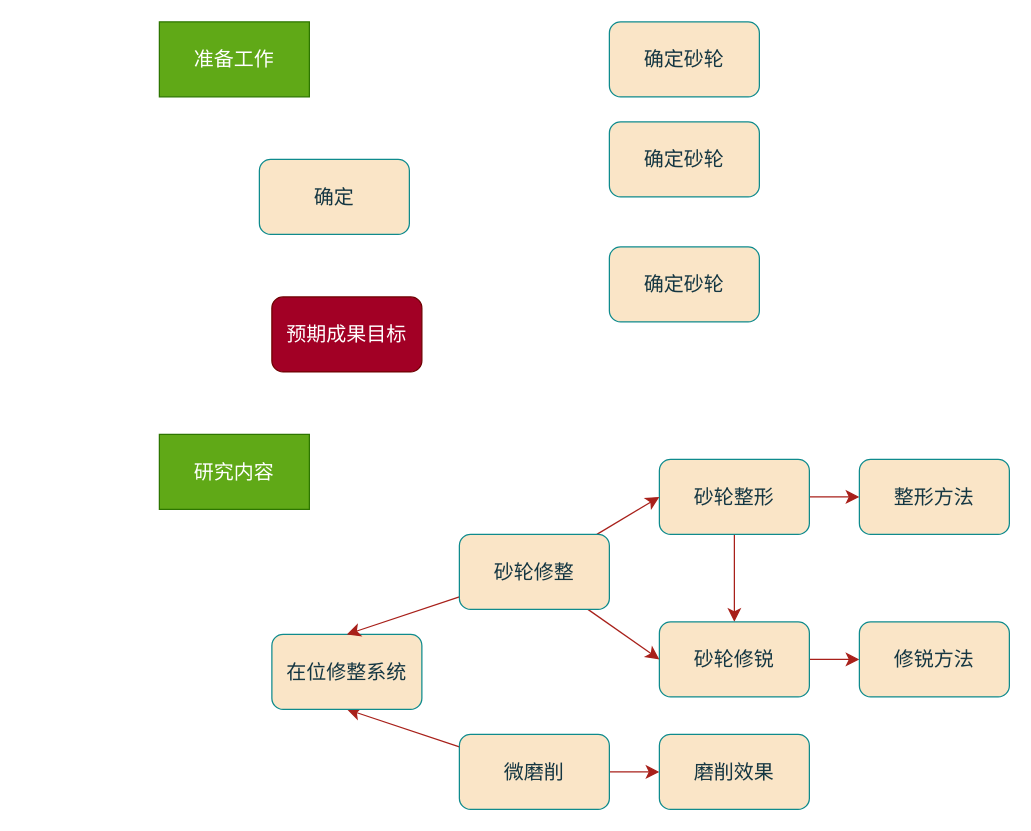
The draw.io diagram MLA磨削.drawio in LennyJove/Picture, before the edit. Source tidied: cells renumbered, new cells numbered last; positions are measured from the earlier drawing's top-left corner, leaving out a move shared by most shapes. Both pictures are drawn from the tidied source at 125%, with x=0, y=0 at pixel (159, 21).
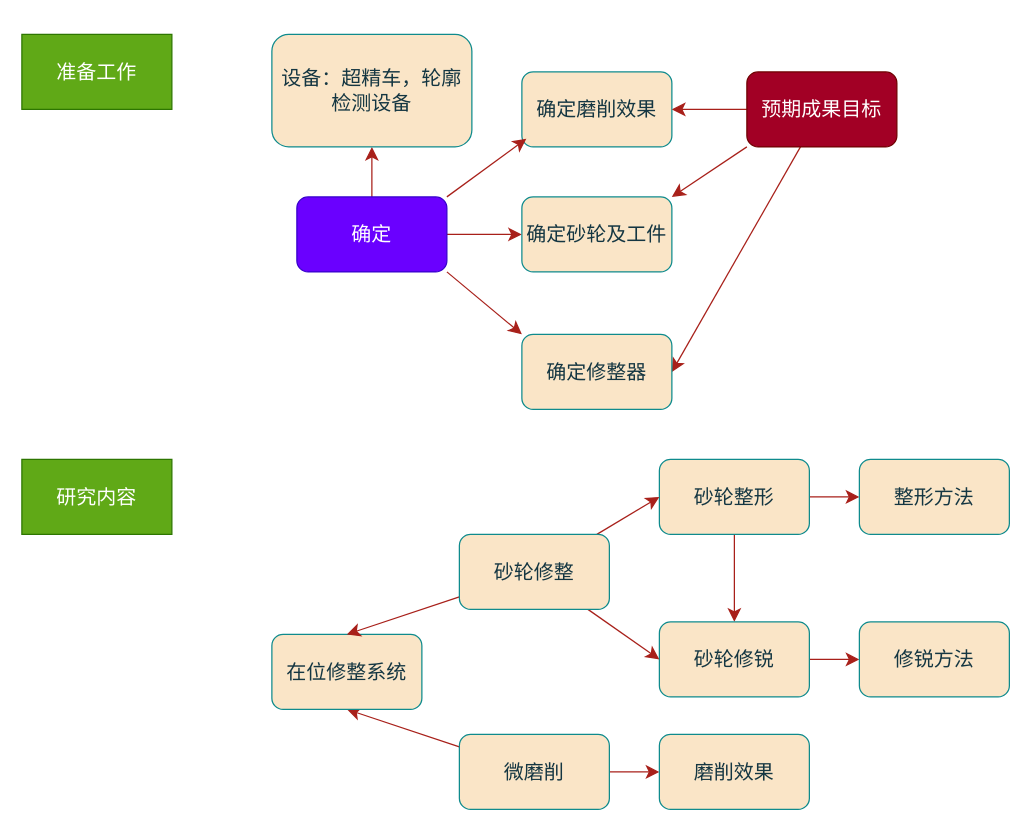
The same diagram, later.

Change to the diagram source:
```diff
@@
-    <mxCell id="10" value="&lt;font style=&quot;font-size: 16px;&quot;&gt;确定砂轮&lt;/font&gt;" style="whiteSpace=wrap;html=1;fillColor=#FAE5C7;strokeColor=#0F8B8D;fontColor=#143642;rounded=1;labelBackgroundColor=none;" parent="1" vertex="1">
-      <mxGeometry x="360" width="120" height="60" as="geometry" />
+    <mxCell id="10" value="&lt;font style=&quot;font-size: 16px;&quot;&gt;确定磨削效果&lt;/font&gt;" style="whiteSpace=wrap;html=1;fillColor=#FAE5C7;strokeColor=#0F8B8D;fontColor=#143642;rounded=1;labelBackgroundColor=none;" parent="1" vertex="1">
+      <mxGeometry x="290" y="40" width="120" height="60" as="geometry" />
     </mxCell>
@@
     <mxCell id="12" value="&lt;font style=&quot;font-size: 16px;&quot;&gt;准备工作&lt;/font&gt;" style="rounded=0;whiteSpace=wrap;html=1;strokeColor=#2D7600;fontColor=#ffffff;fillColor=#60a917;" parent="1" vertex="1">
-      <mxGeometry width="120" height="60" as="geometry" />
+      <mxGeometry x="-110" y="10" width="120" height="60" as="geometry" />
     </mxCell>
+    <mxCell id="25" style="edgeStyle=none;curved=1;rounded=0;jettySize=auto;html=1;entryX=0;entryY=0.5;entryDx=0;entryDy=0;strokeColor=#A8201A;fontFamily=Helvetica;fontSize=12;fontColor=#143642;labelBackgroundColor=none;startSize=8;endSize=8;fillColor=#FAE5C7;" parent="1" edge="1" source="13" target="23">
+      <mxGeometry relative="1" as="geometry" />
+    </mxCell>
+    <mxCell id="26" style="edgeStyle=none;curved=1;rounded=0;jettySize=auto;html=1;exitX=1;exitY=1;exitDx=0;exitDy=0;entryX=0;entryY=0;entryDx=0;entryDy=0;strokeColor=#A8201A;fontFamily=Helvetica;fontSize=12;fontColor=#143642;labelBackgroundColor=none;startSize=8;endSize=8;fillColor=#FAE5C7;" parent="1" edge="1" source="13" target="24">
+      <mxGeometry relative="1" as="geometry" />
+    </mxCell>
+    <mxCell id="27" style="edgeStyle=none;curved=1;rounded=0;jettySize=auto;html=1;entryX=0.5;entryY=1;entryDx=0;entryDy=0;strokeColor=#A8201A;fontFamily=Helvetica;fontSize=12;fontColor=#143642;labelBackgroundColor=none;startSize=8;endSize=8;fillColor=#FAE5C7;" parent="1" edge="1" source="13" target="31">
+      <mxGeometry relative="1" as="geometry" />
+    </mxCell>
-    <mxCell id="13" value="&lt;font style=&quot;font-size: 16px;&quot;&gt;确定&lt;/font&gt;" style="whiteSpace=wrap;html=1;fillColor=#FAE5C7;strokeColor=#0F8B8D;fontColor=#143642;rounded=1;labelBackgroundColor=none;" parent="1" vertex="1">
-      <mxGeometry x="80" y="110" width="120" height="60" as="geometry" />
+    <mxCell id="13" value="&lt;font style=&quot;font-size: 16px;&quot;&gt;确定&lt;/font&gt;" style="whiteSpace=wrap;html=1;fillColor=#6a00ff;strokeColor=#3700CC;fontColor=#ffffff;rounded=1;labelBackgroundColor=none;" parent="1" vertex="1">
+      <mxGeometry x="110" y="140" width="120" height="60" as="geometry" />
     </mxCell>
+    <mxCell id="28" style="edgeStyle=none;curved=1;rounded=0;jettySize=auto;html=1;entryX=1;entryY=0.5;entryDx=0;entryDy=0;strokeColor=#A8201A;fontFamily=Helvetica;fontSize=12;fontColor=#143642;labelBackgroundColor=none;startSize=8;endSize=8;fillColor=#FAE5C7;" parent="1" edge="1" source="14" target="10">
+      <mxGeometry relative="1" as="geometry" />
+    </mxCell>
+    <mxCell id="29" style="edgeStyle=none;curved=1;rounded=0;jettySize=auto;html=1;exitX=0;exitY=1;exitDx=0;exitDy=0;entryX=1;entryY=0;entryDx=0;entryDy=0;strokeColor=#A8201A;fontFamily=Helvetica;fontSize=12;fontColor=#143642;labelBackgroundColor=none;startSize=8;endSize=8;fillColor=#FAE5C7;" parent="1" edge="1" source="14" target="23">
+      <mxGeometry relative="1" as="geometry" />
+    </mxCell>
+    <mxCell id="30" style="edgeStyle=none;curved=1;rounded=0;jettySize=auto;html=1;entryX=1;entryY=0.5;entryDx=0;entryDy=0;strokeColor=#A8201A;fontFamily=Helvetica;fontSize=12;fontColor=#143642;labelBackgroundColor=none;startSize=8;endSize=8;fillColor=#FAE5C7;" parent="1" edge="1" source="14" target="24">
+      <mxGeometry relative="1" as="geometry" />
+    </mxCell>
     <mxCell id="14" value="&lt;font style=&quot;font-size: 16px;&quot;&gt;预期成果目标&lt;/font&gt;" style="whiteSpace=wrap;html=1;fillColor=#a20025;strokeColor=#6F0000;fontColor=#ffffff;rounded=1;labelBackgroundColor=none;" parent="1" vertex="1">
-      <mxGeometry x="90" y="220" width="120" height="60" as="geometry" />
+      <mxGeometry x="470" y="40" width="120" height="60" as="geometry" />
     </mxCell>
     <mxCell id="15" value="&lt;font style=&quot;font-size: 16px;&quot;&gt;研究内容&lt;/font&gt;" style="rounded=0;whiteSpace=wrap;html=1;strokeColor=#2D7600;fontColor=#ffffff;fillColor=#60a917;" parent="1" vertex="1">
-      <mxGeometry y="330" width="120" height="60" as="geometry" />
+      <mxGeometry x="-110" y="350" width="120" height="60" as="geometry" />
     </mxCell>
@@
-    <mxCell id="23" value="&lt;font style=&quot;font-size: 16px;&quot;&gt;确定砂轮&lt;/font&gt;" style="whiteSpace=wrap;html=1;fillColor=#FAE5C7;strokeColor=#0F8B8D;fontColor=#143642;rounded=1;labelBackgroundColor=none;" parent="1" vertex="1">
-      <mxGeometry x="360" y="80" width="120" height="60" as="geometry" />
+    <mxCell id="23" value="&lt;font style=&quot;font-size: 16px;&quot;&gt;确定砂轮及工件&lt;/font&gt;" style="whiteSpace=wrap;html=1;fillColor=#FAE5C7;strokeColor=#0F8B8D;fontColor=#143642;rounded=1;labelBackgroundColor=none;" parent="1" vertex="1">
+      <mxGeometry x="290" y="140" width="120" height="60" as="geometry" />
     </mxCell>
-    <mxCell id="24" value="&lt;font style=&quot;font-size: 16px;&quot;&gt;确定砂轮&lt;/font&gt;" style="whiteSpace=wrap;html=1;fillColor=#FAE5C7;strokeColor=#0F8B8D;fontColor=#143642;rounded=1;labelBackgroundColor=none;" parent="1" vertex="1">
-      <mxGeometry x="360" y="180" width="120" height="60" as="geometry" />
+    <mxCell id="24" value="&lt;font style=&quot;font-size: 16px;&quot;&gt;确定&lt;/font&gt;&lt;span style=&quot;font-size: 16px;&quot;&gt;修整器&lt;/span&gt;" style="whiteSpace=wrap;html=1;fillColor=#FAE5C7;strokeColor=#0F8B8D;fontColor=#143642;rounded=1;labelBackgroundColor=none;" parent="1" vertex="1">
+      <mxGeometry x="290" y="250" width="120" height="60" as="geometry" />
     </mxCell>
+    <mxCell id="31" value="&lt;font style=&quot;font-size: 16px;&quot;&gt;设备：超精车，轮廓检测设备&lt;/font&gt;" style="whiteSpace=wrap;html=1;fillColor=#FAE5C7;strokeColor=#0F8B8D;fontColor=#143642;rounded=1;labelBackgroundColor=none;" parent="1" vertex="1">
+      <mxGeometry x="90" y="10" width="160" height="90" as="geometry" />
+    </mxCell>
+    <mxCell id="32" style="edgeStyle=none;curved=1;rounded=0;jettySize=auto;html=1;exitX=1;exitY=0;exitDx=0;exitDy=0;entryX=0.03;entryY=0.891;entryDx=0;entryDy=0;entryPerimeter=0;strokeColor=#A8201A;fontFamily=Helvetica;fontSize=12;fontColor=#143642;labelBackgroundColor=none;startSize=8;endSize=8;fillColor=#FAE5C7;" parent="1" edge="1" source="13" target="10">
+      <mxGeometry relative="1" as="geometry" />
+    </mxCell>
```
